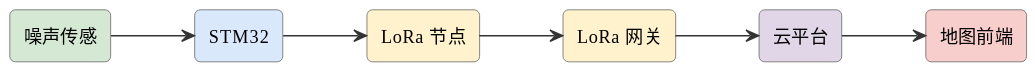
This is assets/diagrams/ideas-fig33.svg from mingyi0818/IntelligentMcuCourse, a PlantUML export, as it was before one commit.
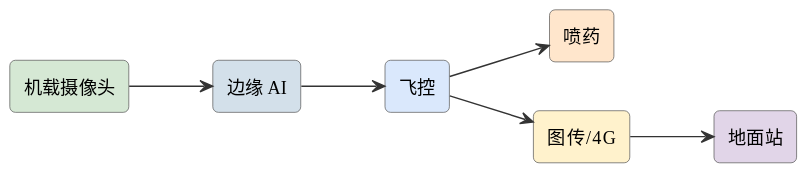
After the commit.

Change to the diagram source:
```diff
@@ -6,15 +6,15 @@
 skinparam arrowFontSize 11
 skinparam arrowColor #333
 left to right direction
-rectangle "噪声传感" as mic #d5e8d4
-rectangle "STM32" as stm #dae8fc
-rectangle "LoRa 节点" as lora #fff2cc
-rectangle "LoRa 网关" as gw #fff2cc
-rectangle "云平台" as cloud #e1d5e8
-rectangle "地图前端" as map #f8cecc
-mic --> stm
-stm --> lora
-lora --> gw
-gw --> cloud
-cloud --> map
+rectangle "机载摄像头" as cam #d5e8d4
+rectangle "边缘 AI" as npu #d3e0ea
+rectangle "飞控" as fc #dae8fc
+rectangle "喷药" as spray #ffe6cc
+rectangle "图传/4G" as link #fff2cc
+rectangle "地面站" as gs #e1d5e8
+cam --> npu
+npu --> fc
+fc --> spray
+fc --> link
+link --> gs
 @enduml
```
